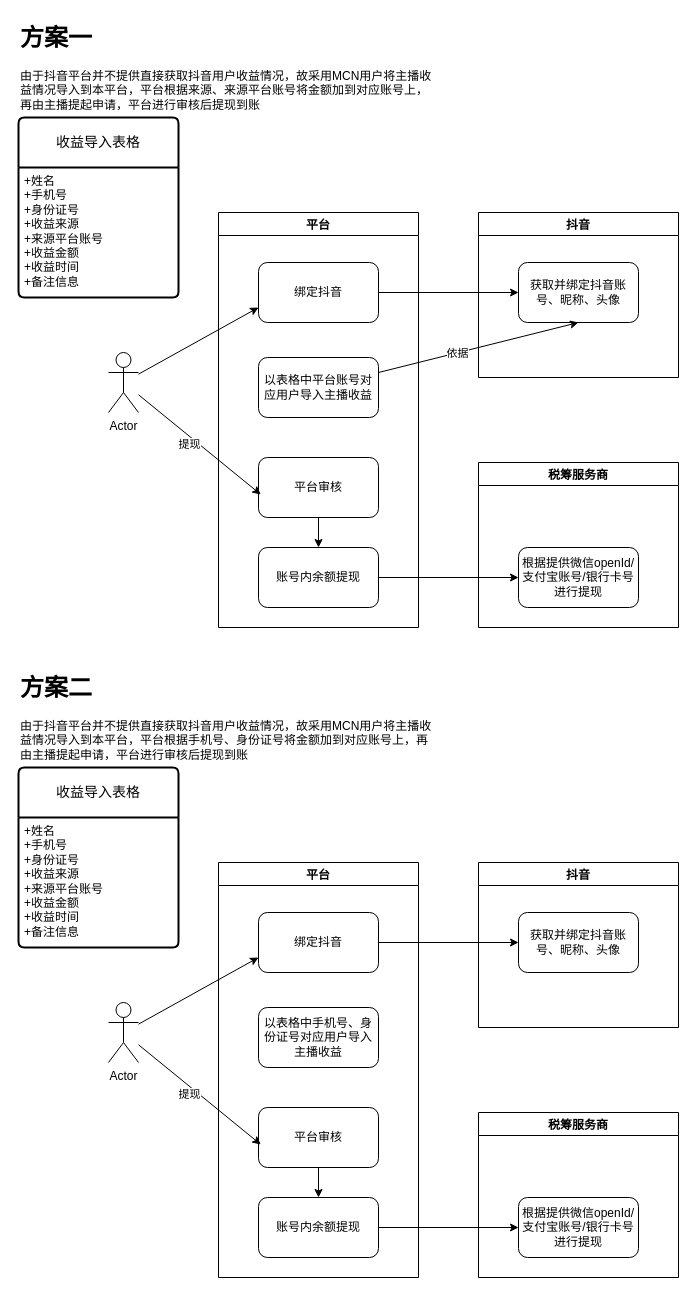
This is MCN系统交互图.drawio from zhanglongxian-gm/Java, a draw.io file, before an edit. Source tidied: cells renumbered, new cells numbered last; positions are measured from the earlier drawing's top-left corner, leaving out a move shared by most shapes. Both pictures are drawn from the tidied source at 100%, with x=0, y=0 at pixel (18, 17).
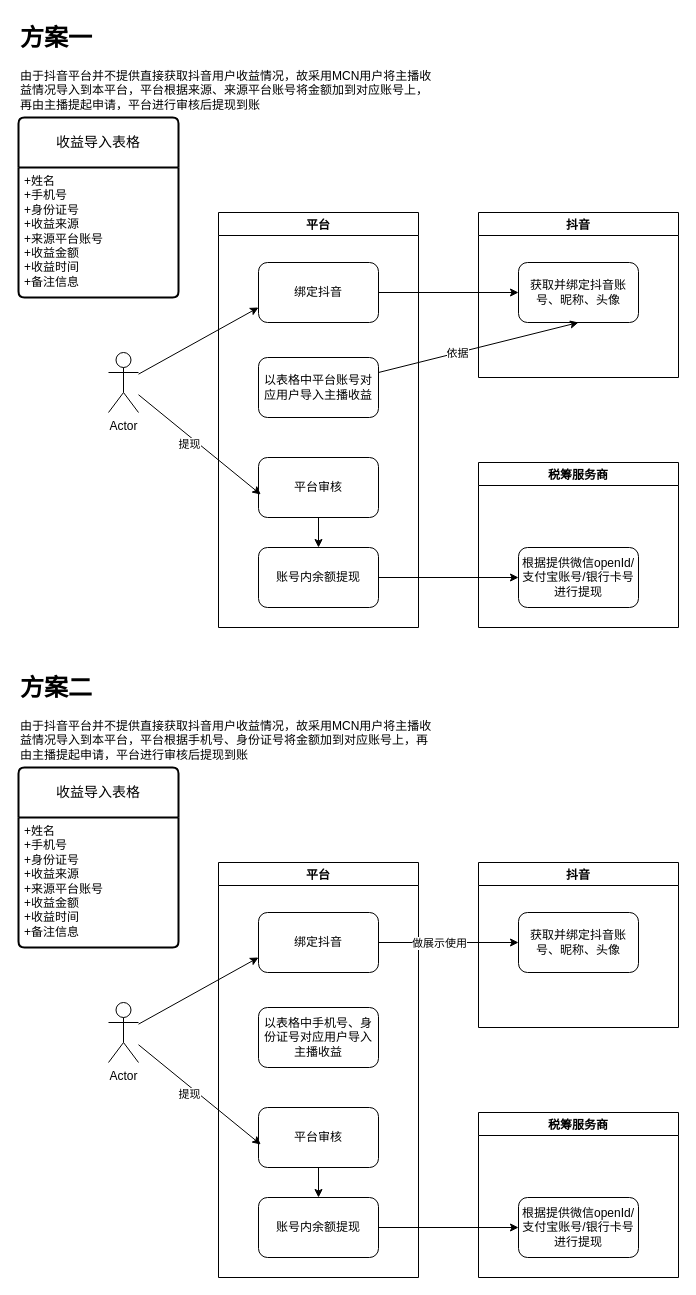
Above is the later version.

Commit message:
更新MCN系统交互图.drawio

The change refers to these unchanged cells:
```xml
<mxCell id="38" style="edgeStyle=orthogonalEdgeStyle;rounded=0;jettySize=auto;html=1;entryX=0;entryY=0.5;entryDx=0;entryDy=0;" parent="1" edge="1" source="31" target="35">
  <mxGeometry relative="1" as="geometry" />
</mxCell>
```

Diff of the diagram source:
```diff
@@
+    <mxCell id="44" value="做展示使用" style="edgeLabel;html=1;align=center;verticalAlign=middle;" parent="38" vertex="1">
+      <mxGeometry x="-0.17" y="-3" relative="1" as="geometry">
+        <mxPoint x="2" y="-3" as="offset" />
+      </mxGeometry>
+    </mxCell>
```
